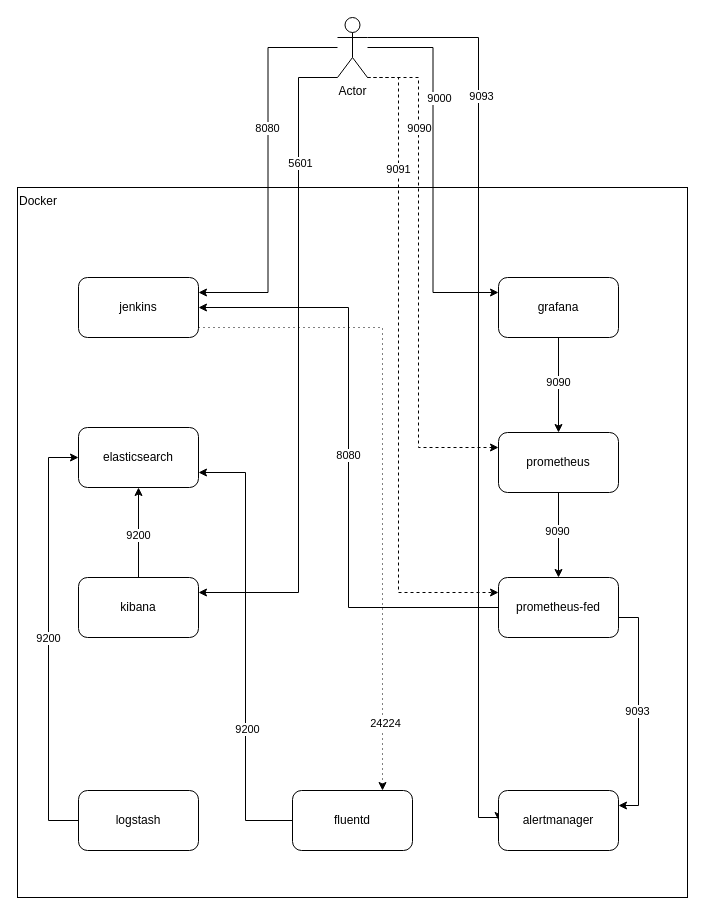
This is docs/images/diagram.drawio from migueldiaznunez/grauss-docker-compose-bak, a draw.io file, before an edit. Source tidied: cells renumbered, new cells numbered last; positions are measured from the earlier drawing's top-left corner, leaving out a move shared by most shapes. Both pictures are drawn from the tidied source at 100%, with x=0, y=0 at pixel (17, 17).
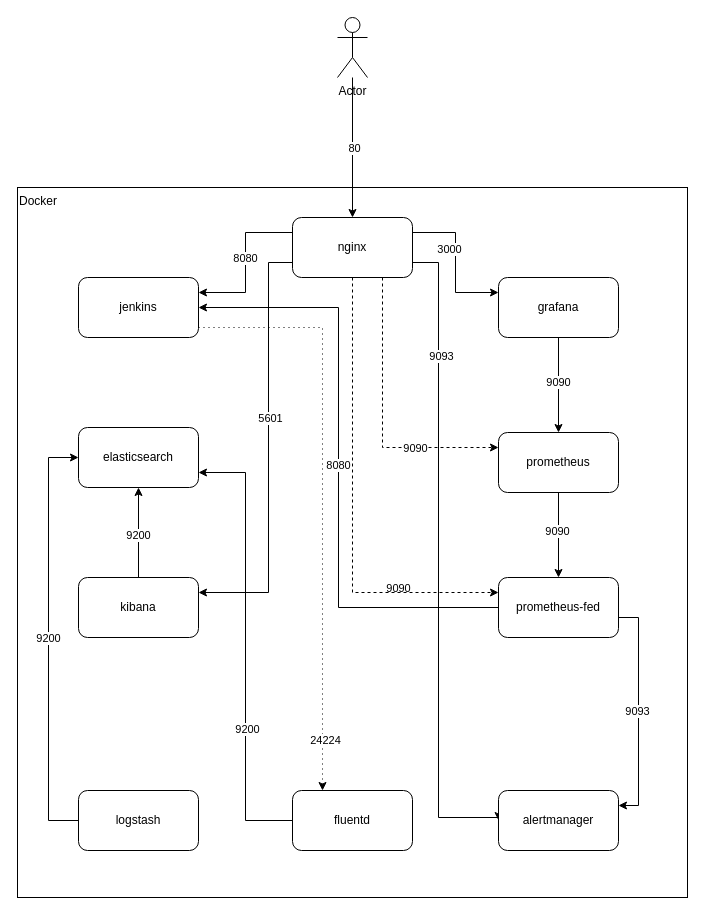
After the change.

Unchanged cells that the change refers to:
```xml
<mxCell id="5" value="jenkins" style="rounded=1;whiteSpace=wrap;html=1;" parent="1" vertex="1">
  <mxGeometry x="61" y="260" width="120" height="60" as="geometry" />
</mxCell>
<mxCell id="18" value="Actor" style="shape=umlActor;verticalLabelPosition=bottom;verticalAlign=top;html=1;outlineConnect=0;" parent="1" vertex="1">
  <mxGeometry x="320" width="30" height="60" as="geometry" />
</mxCell>
<mxCell id="22" value="kibana" style="rounded=1;whiteSpace=wrap;html=1;" parent="1" vertex="1">
  <mxGeometry x="61" y="560" width="120" height="60" as="geometry" />
</mxCell>
<mxCell id="25" value="grafana" style="rounded=1;whiteSpace=wrap;html=1;" parent="1" vertex="1">
  <mxGeometry x="481" y="260" width="120" height="60" as="geometry" />
</mxCell>
<mxCell id="28" value="prometheus" style="rounded=1;whiteSpace=wrap;html=1;" parent="1" vertex="1">
  <mxGeometry x="481" y="415" width="120" height="60" as="geometry" />
</mxCell>
<mxCell id="33" value="prometheus-fed" style="rounded=1;whiteSpace=wrap;html=1;" parent="1" vertex="1">
  <mxGeometry x="481" y="560" width="120" height="60" as="geometry" />
</mxCell>
<mxCell id="38" value="fluentd" style="rounded=1;whiteSpace=wrap;html=1;" parent="1" vertex="1">
  <mxGeometry x="275" y="773" width="120" height="60" as="geometry" />
</mxCell>
<mxCell id="39" value="alertmanager" style="rounded=1;whiteSpace=wrap;html=1;" parent="1" vertex="1">
  <mxGeometry x="481" y="773" width="120" height="60" as="geometry" />
</mxCell>
```

The edit, as a diff of the source:
```diff
@@
-    <mxCell id="3" style="edgeStyle=orthogonalEdgeStyle;rounded=0;jettySize=auto;html=1;entryX=0.75;entryY=0;entryDx=0;entryDy=0;dashed=1;dashPattern=1 4;" parent="1" edge="1" source="5" target="38">
+    <mxCell id="3" style="edgeStyle=orthogonalEdgeStyle;rounded=0;jettySize=auto;html=1;entryX=0.25;entryY=0;entryDx=0;entryDy=0;dashed=1;dashPattern=1 4;" parent="1" edge="1" source="5" target="38">
       <mxGeometry relative="1" as="geometry">
         <Array as="points">
-          <mxPoint x="365" y="310" />
+          <mxPoint x="305" y="310" />
         </Array>
       </mxGeometry>
     </mxCell>
@@
-    <mxCell id="6" style="edgeStyle=orthogonalEdgeStyle;rounded=0;jettySize=auto;html=1;entryX=1;entryY=0.25;entryDx=0;entryDy=0;" parent="1" edge="1" source="18" target="5">
+    <mxCell id="6" style="edgeStyle=orthogonalEdgeStyle;rounded=0;jettySize=auto;html=1;entryX=1;entryY=0.25;entryDx=0;entryDy=0;exitX=0;exitY=0.25;exitDx=0;exitDy=0;" parent="1" edge="1" source="43" target="5">
       <mxGeometry relative="1" as="geometry" />
     </mxCell>
     <mxCell id="7" value="8080" style="edgeLabel;html=1;align=center;verticalAlign=middle;" parent="6" vertex="1">
       <mxGeometry x="0.32" y="-1" relative="1" as="geometry">
-        <mxPoint y="-103" as="offset" />
+        <mxPoint y="-30" as="offset" />
       </mxGeometry>
     </mxCell>
-    <mxCell id="8" style="edgeStyle=orthogonalEdgeStyle;rounded=0;jettySize=auto;html=1;entryX=0;entryY=0.25;entryDx=0;entryDy=0;" parent="1" edge="1" source="18" target="25">
+    <mxCell id="8" style="edgeStyle=orthogonalEdgeStyle;rounded=0;jettySize=auto;html=1;entryX=0;entryY=0.25;entryDx=0;entryDy=0;exitX=1;exitY=0.25;exitDx=0;exitDy=0;" parent="1" edge="1" source="43" target="25">
       <mxGeometry relative="1" as="geometry" />
     </mxCell>
-    <mxCell id="9" value="9000" style="edgeLabel;html=1;align=center;verticalAlign=middle;" parent="8" vertex="1">
+    <mxCell id="9" value="3000" style="edgeLabel;html=1;align=center;verticalAlign=middle;" parent="8" vertex="1">
       <mxGeometry x="-0.1" y="2" relative="1" as="geometry">
-        <mxPoint x="4" y="-53" as="offset" />
+        <mxPoint x="-9" y="-7" as="offset" />
       </mxGeometry>
     </mxCell>
-    <mxCell id="10" style="edgeStyle=orthogonalEdgeStyle;rounded=0;jettySize=auto;html=1;entryX=1;entryY=0.25;entryDx=0;entryDy=0;exitX=0;exitY=1;exitDx=0;exitDy=0;exitPerimeter=0;" parent="1" edge="1" source="18" target="22">
+    <mxCell id="10" style="edgeStyle=orthogonalEdgeStyle;rounded=0;jettySize=auto;html=1;entryX=1;entryY=0.25;entryDx=0;entryDy=0;exitX=0;exitY=0.75;exitDx=0;exitDy=0;" parent="1" edge="1" source="43" target="22">
       <mxGeometry relative="1" as="geometry">
         <Array as="points">
-          <mxPoint x="281" y="60" />
-          <mxPoint x="281" y="575" />
+          <mxPoint x="251" y="245" />
+          <mxPoint x="251" y="575" />
         </Array>
       </mxGeometry>
     </mxCell>
     <mxCell id="11" value="5601" style="edgeLabel;html=1;align=center;verticalAlign=middle;" parent="10" vertex="1">
-      <mxGeometry x="-0.62" y="1" relative="1" as="geometry" />
+      <mxGeometry x="-0.62" y="1" relative="1" as="geometry">
+        <mxPoint y="98" as="offset" />
+      </mxGeometry>
     </mxCell>
-    <mxCell id="12" style="edgeStyle=orthogonalEdgeStyle;rounded=0;jettySize=auto;html=1;entryX=0;entryY=0.25;entryDx=0;entryDy=0;dashed=1;" parent="1" edge="1" source="18" target="28">
+    <mxCell id="12" style="edgeStyle=orthogonalEdgeStyle;rounded=0;jettySize=auto;html=1;entryX=0;entryY=0.25;entryDx=0;entryDy=0;dashed=1;exitX=0.75;exitY=1;exitDx=0;exitDy=0;" parent="1" edge="1" source="43" target="28">
       <mxGeometry relative="1" as="geometry">
         <Array as="points">
-          <mxPoint x="401" y="60" />
-          <mxPoint x="401" y="430" />
+          <mxPoint x="365" y="430" />
         </Array>
       </mxGeometry>
     </mxCell>
     <mxCell id="13" value="9090" style="edgeLabel;html=1;align=center;verticalAlign=middle;" parent="12" vertex="1">
       <mxGeometry x="0.38" y="3" relative="1" as="geometry">
-        <mxPoint x="-3" y="-245" as="offset" />
+        <mxPoint x="-12" y="143" as="offset" />
       </mxGeometry>
     </mxCell>
+    <mxCell id="40" value="9090" style="edgeLabel;html=1;align=center;verticalAlign=middle;" parent="12" vertex="1">
+      <mxGeometry x="0.41" relative="1" as="geometry" />
+    </mxCell>
-    <mxCell id="14" style="edgeStyle=orthogonalEdgeStyle;rounded=0;jettySize=auto;html=1;entryX=0;entryY=0.25;entryDx=0;entryDy=0;dashed=1;exitX=1;exitY=1;exitDx=0;exitDy=0;exitPerimeter=0;" parent="1" edge="1" source="18" target="33">
+    <mxCell id="14" style="edgeStyle=orthogonalEdgeStyle;rounded=0;jettySize=auto;html=1;entryX=0;entryY=0.25;entryDx=0;entryDy=0;dashed=1;exitX=0.5;exitY=1;exitDx=0;exitDy=0;" parent="1" edge="1" source="43" target="33">
       <mxGeometry relative="1" as="geometry">
         <Array as="points">
-          <mxPoint x="381" y="60" />
-          <mxPoint x="381" y="575" />
+          <mxPoint x="335" y="575" />
         </Array>
       </mxGeometry>
     </mxCell>
@@
-    <mxCell id="16" style="edgeStyle=orthogonalEdgeStyle;rounded=0;jettySize=auto;html=1;entryX=0;entryY=0.5;entryDx=0;entryDy=0;" parent="1" edge="1" source="18" target="39">
+    <mxCell id="16" style="edgeStyle=orthogonalEdgeStyle;rounded=0;jettySize=auto;html=1;entryX=0;entryY=0.5;entryDx=0;entryDy=0;exitX=1;exitY=0.75;exitDx=0;exitDy=0;" parent="1" edge="1" source="43" target="39">
       <mxGeometry relative="1" as="geometry">
         <Array as="points">
-          <mxPoint x="461" y="20" />
-          <mxPoint x="461" y="800" />
+          <mxPoint x="421" y="245" />
+          <mxPoint x="421" y="800" />
           <mxPoint x="481" y="800" />
         </Array>
       </mxGeometry>
     </mxCell>
@@
+    <mxCell id="41" style="edgeStyle=orthogonalEdgeStyle;rounded=0;jettySize=auto;html=1;" parent="1" edge="1" source="18" target="43">
+      <mxGeometry relative="1" as="geometry" />
+    </mxCell>
+    <mxCell id="42" value="80" style="edgeLabel;html=1;align=center;verticalAlign=middle;" parent="41" vertex="1">
+      <mxGeometry y="1" relative="1" as="geometry" />
+    </mxCell>
@@
     <mxCell id="29" style="edgeStyle=orthogonalEdgeStyle;rounded=0;jettySize=auto;html=1;entryX=1;entryY=0.5;entryDx=0;entryDy=0;" parent="1" edge="1" source="33" target="5">
-      <mxGeometry relative="1" as="geometry" />
+      <mxGeometry relative="1" as="geometry">
+        <Array as="points">
+          <mxPoint x="321" y="590" />
+          <mxPoint x="321" y="290" />
+        </Array>
+      </mxGeometry>
     </mxCell>
@@
+    <mxCell id="43" value="nginx" style="rounded=1;whiteSpace=wrap;html=1;" parent="1" vertex="1">
+      <mxGeometry x="275" y="200" width="120" height="60" as="geometry" />
+    </mxCell>
```
